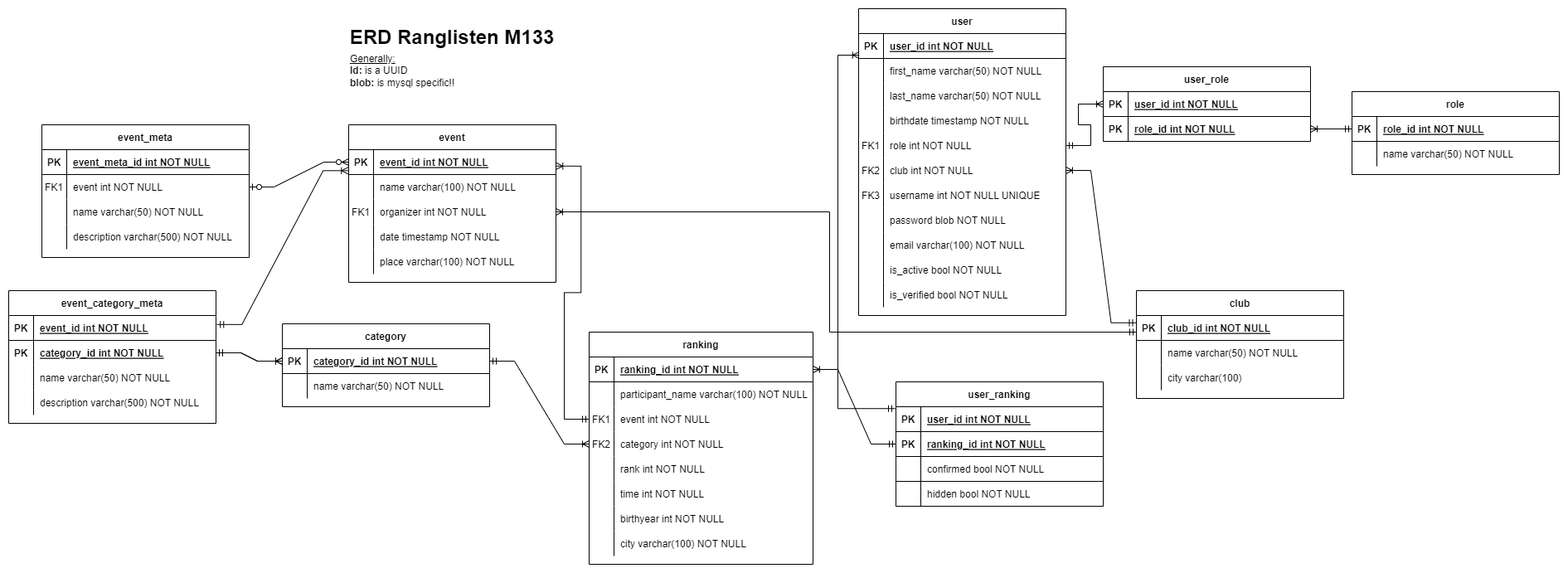
3n3a-school/gibz-m133 keeps this draw.io diagram as .planning/m133_ranglisten_erd.drawio.png. Above is the earlier version. Source tidied: cells renumbered, new cells last; positions are measured from the earlier drawing's top-left corner, leaving out a move shared by most shapes.
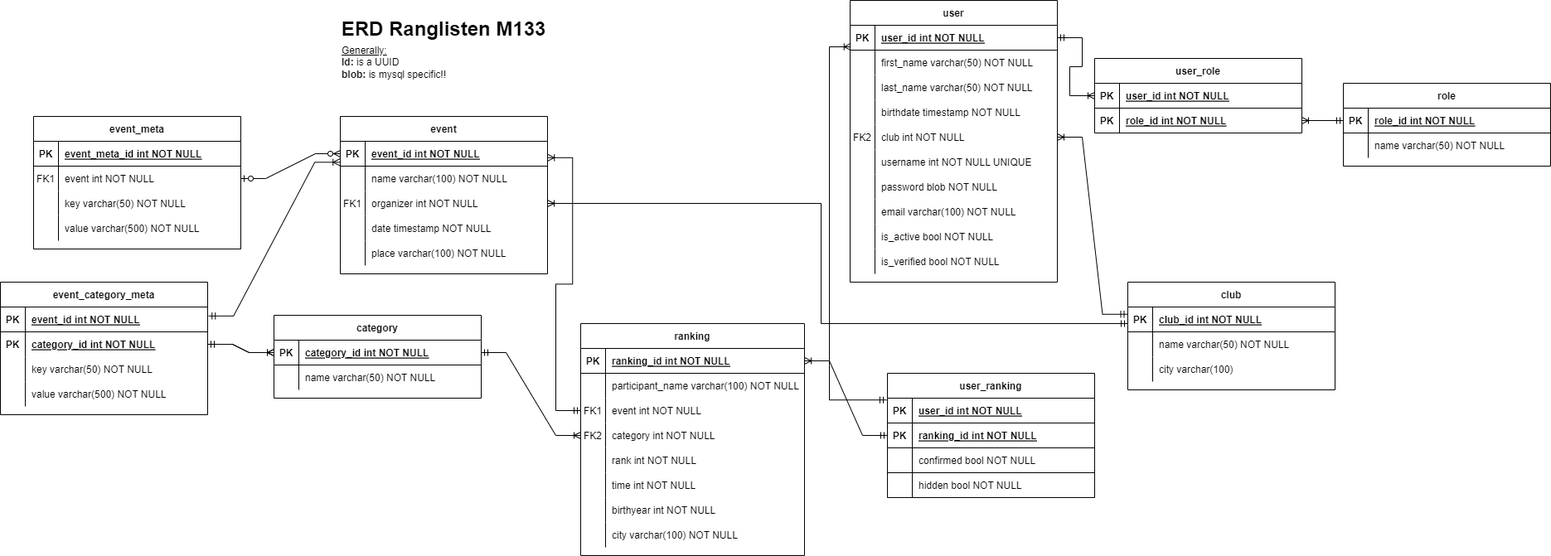
Above is the later version.

The edit, as a diff of the source:
```diff
@@ -78,7 +78,7 @@
       <mxGeometry x="30" width="240" height="30" as="geometry" />
     </mxCell>
     <mxCell id="27" value="user" style="shape=table;startSize=30;rowLines=0;fontStyle=1;align=center;" parent="1" vertex="1">
-      <mxGeometry x="1025" width="250" height="370" as="geometry" />
+      <mxGeometry x="1025" width="250" height="340" as="geometry" />
     </mxCell>
     <mxCell id="28" style="shape=partialRectangle;fillColor=none;points=[[0,0.5],[1,0.5]];portConstraint=eastwest;top=0;left=0;right=0;bottom=1;" parent="27" vertex="1">
       <mxGeometry y="30" width="250" height="30" as="geometry" />
@@ -116,17 +116,8 @@
     <mxCell id="39" value="birthdate timestamp NOT NULL" style="shape=partialRectangle;overflow=hidden;fillColor=none;top=0;left=0;bottom=0;right=0;align=left;spacingLeft=6;" parent="37" vertex="1">
       <mxGeometry x="30" width="220" height="30" as="geometry" />
     </mxCell>
-    <mxCell id="40" style="shape=partialRectangle;fillColor=none;points=[[0,0.5],[1,0.5]];portConstraint=eastwest;top=0;left=0;right=0;bottom=0;" parent="27" vertex="1">
-      <mxGeometry y="150" width="250" height="30" as="geometry" />
-    </mxCell>
-    <mxCell id="41" value="FK1" style="shape=partialRectangle;overflow=hidden;fillColor=none;top=0;left=0;bottom=0;right=0;" parent="40" vertex="1">
-      <mxGeometry width="30" height="30" as="geometry" />
-    </mxCell>
-    <mxCell id="42" value="role int NOT NULL" style="shape=partialRectangle;overflow=hidden;fillColor=none;top=0;left=0;bottom=0;right=0;align=left;spacingLeft=6;" parent="40" vertex="1">
-      <mxGeometry x="30" width="220" height="30" as="geometry" />
-    </mxCell>
     <mxCell id="43" style="shape=partialRectangle;fillColor=none;points=[[0,0.5],[1,0.5]];portConstraint=eastwest;top=0;left=0;right=0;bottom=0;" parent="27" vertex="1">
-      <mxGeometry y="180" width="250" height="30" as="geometry" />
+      <mxGeometry y="150" width="250" height="30" as="geometry" />
     </mxCell>
     <mxCell id="44" value="FK2" style="shape=partialRectangle;overflow=hidden;fillColor=none;top=0;left=0;bottom=0;right=0;" parent="43" vertex="1">
       <mxGeometry width="30" height="30" as="geometry" />
@@ -135,16 +126,16 @@
       <mxGeometry x="30" width="220" height="30" as="geometry" />
     </mxCell>
     <mxCell id="46" style="shape=partialRectangle;fillColor=none;top=0;left=0;right=0;bottom=0;" parent="27" vertex="1">
-      <mxGeometry y="210" width="250" height="30" as="geometry" />
+      <mxGeometry y="180" width="250" height="30" as="geometry" />
     </mxCell>
-    <mxCell id="47" value="FK3" style="shape=partialRectangle;overflow=hidden;fillColor=none;top=0;left=0;bottom=0;right=0;" parent="46" vertex="1">
+    <mxCell id="47" style="shape=partialRectangle;overflow=hidden;fillColor=none;top=0;left=0;bottom=0;right=0;" parent="46" vertex="1">
       <mxGeometry width="30" height="30" as="geometry" />
     </mxCell>
     <mxCell id="48" value="username int NOT NULL UNIQUE" style="shape=partialRectangle;overflow=hidden;fillColor=none;top=0;left=0;bottom=0;right=0;align=left;spacingLeft=6;" parent="46" vertex="1">
       <mxGeometry x="30" width="220" height="30" as="geometry" />
     </mxCell>
     <mxCell id="49" style="shape=partialRectangle;fillColor=none;top=0;left=0;right=0;bottom=0;" parent="27" vertex="1">
-      <mxGeometry y="240" width="250" height="30" as="geometry" />
+      <mxGeometry y="210" width="250" height="30" as="geometry" />
     </mxCell>
     <mxCell id="50" style="shape=partialRectangle;overflow=hidden;fillColor=none;top=0;left=0;bottom=0;right=0;" parent="49" vertex="1">
       <mxGeometry width="30" height="30" as="geometry" />
@@ -153,7 +144,7 @@
       <mxGeometry x="30" width="220" height="30" as="geometry" />
     </mxCell>
     <mxCell id="52" style="shape=partialRectangle;fillColor=none;top=0;left=0;right=0;bottom=0;" parent="27" vertex="1">
-      <mxGeometry y="270" width="250" height="30" as="geometry" />
+      <mxGeometry y="240" width="250" height="30" as="geometry" />
     </mxCell>
     <mxCell id="53" style="shape=partialRectangle;overflow=hidden;fillColor=none;top=0;left=0;bottom=0;right=0;" parent="52" vertex="1">
       <mxGeometry width="30" height="30" as="geometry" />
@@ -162,7 +153,7 @@
       <mxGeometry x="30" width="220" height="30" as="geometry" />
     </mxCell>
     <mxCell id="55" style="shape=partialRectangle;fillColor=none;top=0;left=0;right=0;bottom=0;" parent="27" vertex="1">
-      <mxGeometry y="300" width="250" height="30" as="geometry" />
+      <mxGeometry y="270" width="250" height="30" as="geometry" />
     </mxCell>
     <mxCell id="56" style="shape=partialRectangle;overflow=hidden;fillColor=none;top=0;left=0;bottom=0;right=0;" parent="55" vertex="1">
       <mxGeometry width="30" height="30" as="geometry" />
@@ -171,7 +162,7 @@
       <mxGeometry x="30" width="220" height="30" as="geometry" />
     </mxCell>
     <mxCell id="58" style="shape=partialRectangle;fillColor=none;top=0;left=0;right=0;bottom=0;" parent="27" vertex="1">
-      <mxGeometry y="330" width="250" height="30" as="geometry" />
+      <mxGeometry y="300" width="250" height="30" as="geometry" />
     </mxCell>
     <mxCell id="59" style="shape=partialRectangle;overflow=hidden;fillColor=none;top=0;left=0;bottom=0;right=0;" parent="58" vertex="1">
       <mxGeometry width="30" height="30" as="geometry" />
@@ -392,7 +383,7 @@
     <mxCell id="131" style="shape=partialRectangle;overflow=hidden;fillColor=none;top=0;left=0;bottom=0;right=0;" parent="130" vertex="1">
       <mxGeometry width="30" height="30" as="geometry" />
     </mxCell>
-    <mxCell id="132" value="name varchar(50) NOT NULL" style="shape=partialRectangle;overflow=hidden;fillColor=none;top=0;left=0;bottom=0;right=0;align=left;spacingLeft=6;" parent="130" vertex="1">
+    <mxCell id="132" value="key varchar(50) NOT NULL" style="shape=partialRectangle;overflow=hidden;fillColor=none;top=0;left=0;bottom=0;right=0;align=left;spacingLeft=6;" parent="130" vertex="1">
       <mxGeometry x="30" width="220" height="30" as="geometry" />
     </mxCell>
     <mxCell id="133" style="shape=partialRectangle;fillColor=none;top=0;left=0;right=0;bottom=0;" parent="123" vertex="1">
@@ -401,7 +392,7 @@
     <mxCell id="134" style="shape=partialRectangle;overflow=hidden;fillColor=none;top=0;left=0;bottom=0;right=0;" parent="133" vertex="1">
       <mxGeometry width="30" height="30" as="geometry" />
     </mxCell>
-    <mxCell id="135" value="description varchar(500) NOT NULL" style="shape=partialRectangle;overflow=hidden;fillColor=none;top=0;left=0;bottom=0;right=0;align=left;spacingLeft=6;" parent="133" vertex="1">
+    <mxCell id="135" value="value varchar(500) NOT NULL" style="shape=partialRectangle;overflow=hidden;fillColor=none;top=0;left=0;bottom=0;right=0;align=left;spacingLeft=6;" parent="133" vertex="1">
       <mxGeometry x="30" width="220" height="30" as="geometry" />
     </mxCell>
     <mxCell id="136" value="event_category_meta" style="shape=table;startSize=30;rowLines=0;fontStyle=1;align=center;" parent="1" vertex="1">
@@ -431,7 +422,7 @@
     <mxCell id="144" style="shape=partialRectangle;overflow=hidden;fillColor=none;top=0;left=0;bottom=0;right=0;" parent="143" vertex="1">
       <mxGeometry width="30" height="30" as="geometry" />
     </mxCell>
-    <mxCell id="145" value="name varchar(50) NOT NULL" style="shape=partialRectangle;overflow=hidden;fillColor=none;top=0;left=0;bottom=0;right=0;align=left;spacingLeft=6;" parent="143" vertex="1">
+    <mxCell id="145" value="key varchar(50) NOT NULL" style="shape=partialRectangle;overflow=hidden;fillColor=none;top=0;left=0;bottom=0;right=0;align=left;spacingLeft=6;" parent="143" vertex="1">
       <mxGeometry x="30" width="220" height="30" as="geometry" />
     </mxCell>
     <mxCell id="146" style="shape=partialRectangle;fillColor=none;top=0;left=0;right=0;bottom=0;" parent="136" vertex="1">
@@ -440,7 +431,7 @@
     <mxCell id="147" style="shape=partialRectangle;overflow=hidden;fillColor=none;top=0;left=0;bottom=0;right=0;" parent="146" vertex="1">
       <mxGeometry width="30" height="30" as="geometry" />
     </mxCell>
-    <mxCell id="148" value="description varchar(500) NOT NULL" style="shape=partialRectangle;overflow=hidden;fillColor=none;top=0;left=0;bottom=0;right=0;align=left;spacingLeft=6;" parent="146" vertex="1">
+    <mxCell id="148" value="value varchar(500) NOT NULL" style="shape=partialRectangle;overflow=hidden;fillColor=none;top=0;left=0;bottom=0;right=0;align=left;spacingLeft=6;" parent="146" vertex="1">
       <mxGeometry x="30" width="220" height="30" as="geometry" />
     </mxCell>
     <mxCell id="149" style="edgeStyle=entityRelationEdgeStyle;fontSize=12;html=1;endArrow=ERzeroToMany;startArrow=ERzeroToOne;rounded=0;entryX=0;entryY=0.5;entryDx=0;entryDy=0;" parent="1" edge="1" source="127" target="62">
@@ -484,7 +475,7 @@
     <mxCell id="158" style="edgeStyle=entityRelationEdgeStyle;fontSize=12;html=1;endArrow=ERoneToMany;startArrow=ERmandOne;rounded=0;elbow=vertical;exitX=-0.002;exitY=0.292;exitDx=0;exitDy=0;exitPerimeter=0;entryX=1;entryY=0.5;entryDx=0;entryDy=0;" parent="1" edge="1" source="86" target="43">
       <mxGeometry relative="1" as="geometry" />
     </mxCell>
-    <mxCell id="159" style="edgeStyle=entityRelationEdgeStyle;fontSize=12;html=1;endArrow=ERoneToMany;startArrow=ERmandOne;rounded=0;elbow=vertical;exitX=1;exitY=0.5;exitDx=0;exitDy=0;entryX=0;entryY=0.5;entryDx=0;entryDy=0;" parent="1" edge="1" source="40" target="96">
+    <mxCell id="159" style="edgeStyle=entityRelationEdgeStyle;fontSize=12;html=1;endArrow=ERoneToMany;startArrow=ERmandOne;rounded=0;elbow=vertical;exitX=1;exitY=0.5;exitDx=0;exitDy=0;entryX=0;entryY=0.5;entryDx=0;entryDy=0;" parent="1" edge="1" source="28" target="96">
       <mxGeometry relative="1" as="geometry" />
     </mxCell>
     <mxCell id="160" style="edgeStyle=entityRelationEdgeStyle;fontSize=12;html=1;endArrow=ERoneToMany;startArrow=ERmandOne;rounded=0;elbow=vertical;entryX=1;entryY=0.5;entryDx=0;entryDy=0;exitX=0;exitY=0.5;exitDx=0;exitDy=0;" parent="1" edge="1" source="104" target="99">
```
